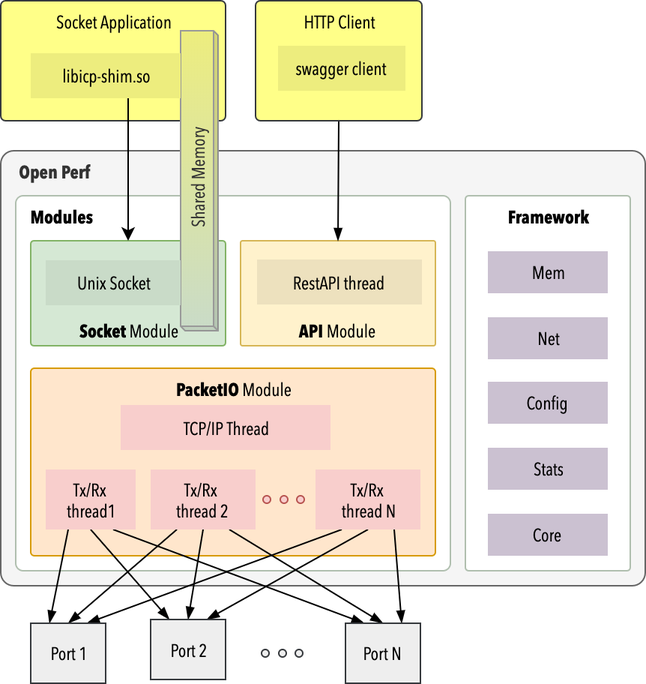
Spirent/openperf keeps this draw.io diagram as doc/images/block_diagram.png. Above is the earlier version. Source tidied: cells renumbered, new cells last; positions are measured from the earlier drawing's top-left corner, leaving out a move shared by most shapes.
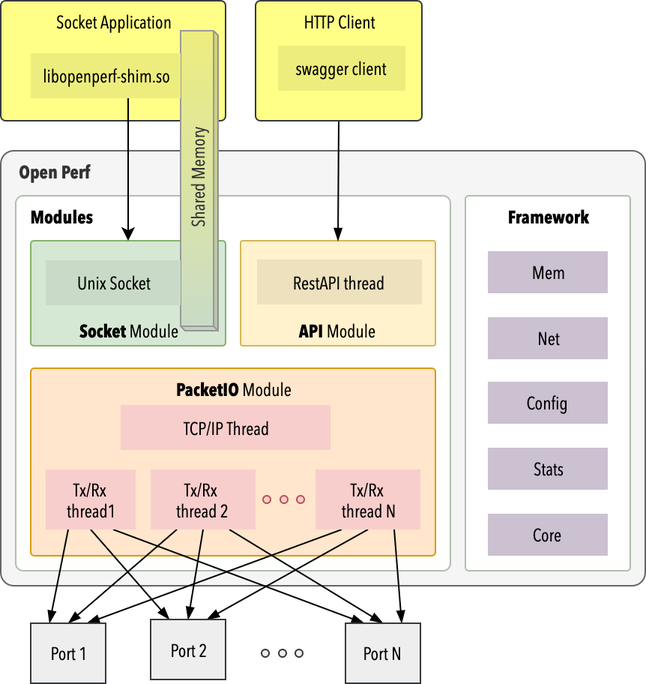
After the change.

Commit message:
Rename inception to openperf

The edit, as a diff of the source:
```diff
@@ -127,7 +127,7 @@
     <mxCell id="42" value="Unix Socket" style="rounded=0;whiteSpace=wrap;html=1;fillColor=#C9DBC8;strokeColor=none;fontFamily=Avenir Next Condensed;" parent="1" vertex="1">
       <mxGeometry x="30" y="173" width="90" height="30" as="geometry" />
     </mxCell>
-    <mxCell id="43" value="libicp-shim.so" style="rounded=0;whiteSpace=wrap;html=1;fillColor=#EDED7E;strokeColor=none;fontFamily=Avenir Next Condensed;" parent="1" vertex="1">
+    <mxCell id="43" value="libopenperf-shim.so" style="rounded=0;whiteSpace=wrap;html=1;fillColor=#EDED7E;strokeColor=none;fontFamily=Avenir Next Condensed;" parent="1" vertex="1">
       <mxGeometry x="20" y="35" width="100" height="30" as="geometry" />
     </mxCell>
   </root>
```
